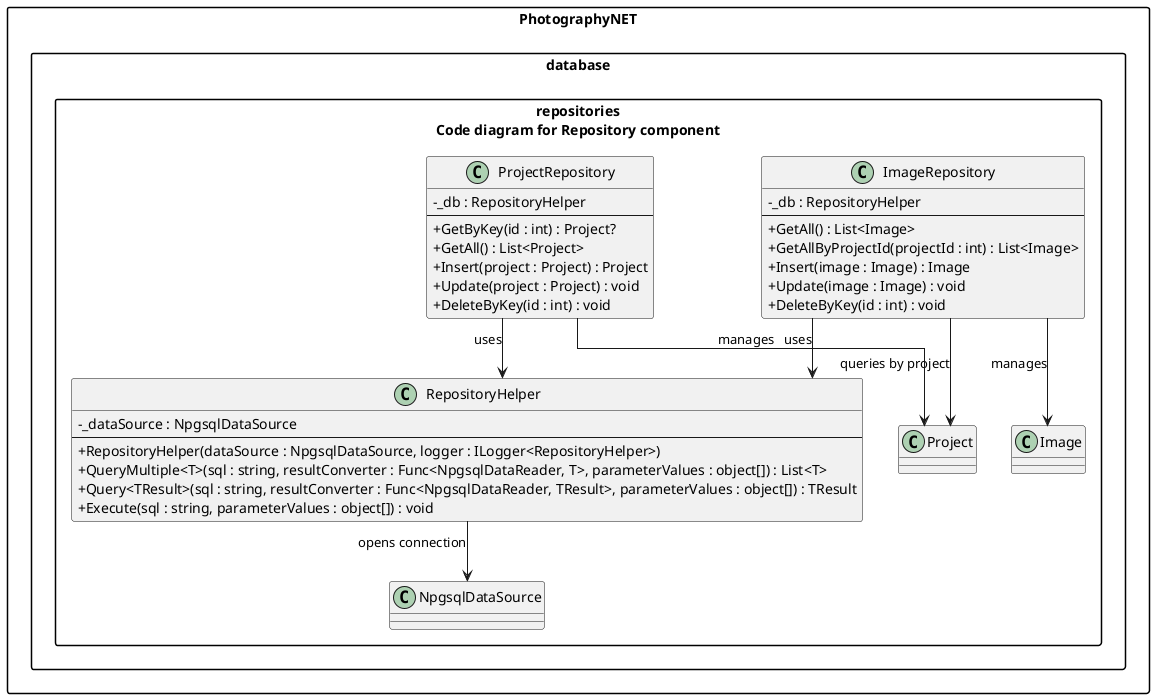
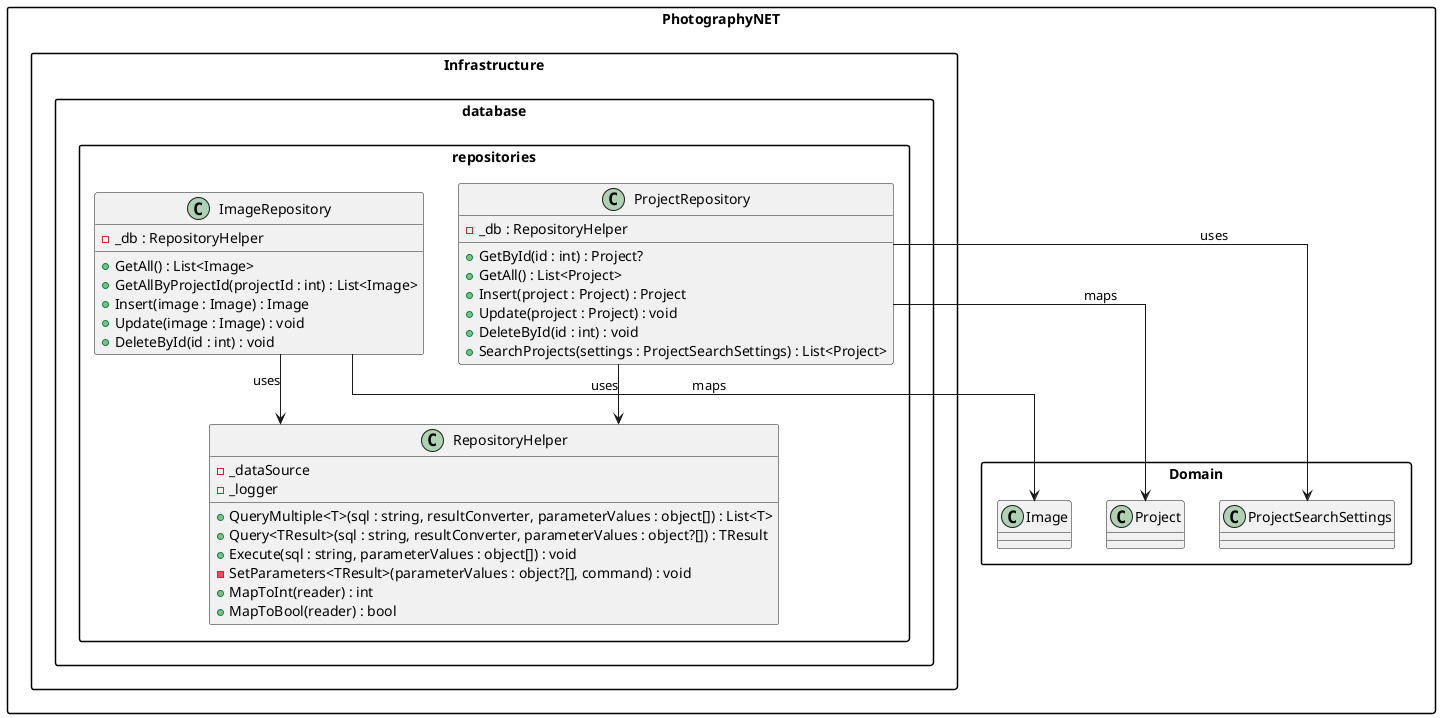
﻿@startuml

- skinparam classAttributeIconSize 0
- skinparam shadowing false
skinparam linetype ortho
skinparam packageStyle rectangle

- package "PhotographyNET.database.repositories\nCode diagram for Repository component" {
+ package "PhotographyNET" {
+   package "Infrastructure" {
+     package "database" {
+       package "repositories" {

-     class RepositoryHelper {
-         - _dataSource : NpgsqlDataSource
-         --
-         + RepositoryHelper(dataSource : NpgsqlDataSource, logger : ILogger<RepositoryHelper>)
-         + QueryMultiple<T>(sql : string, resultConverter : Func<NpgsqlDataReader, T>, parameterValues : object[]) : List<T>
-         + Query<TResult>(sql : string, resultConverter : Func<NpgsqlDataReader, TResult>, parameterValues : object[]) : TResult
-         + Execute(sql : string, parameterValues : object[]) : void
+         class ProjectRepository {
+           - _db : RepositoryHelper
+           + GetById(id : int) : Project?
+           + GetAll() : List<Project>
+           + Insert(project : Project) : Project
+           + Update(project : Project) : void
+           + DeleteById(id : int) : void
+           + SearchProjects(settings : ProjectSearchSettings) : List<Project>
+         }
+ 
+         class ImageRepository {
+           - _db : RepositoryHelper
+           + GetAll() : List<Image>
+           + GetAllByProjectId(projectId : int) : List<Image>
+           + Insert(image : Image) : Image
+           + Update(image : Image) : void
+           + DeleteById(id : int) : void
+         }
+ 
+         class RepositoryHelper {
+           - _dataSource
+           - _logger
+           + QueryMultiple<T>(sql : string, resultConverter, parameterValues : object[]) : List<T>
+           + Query<TResult>(sql : string, resultConverter, parameterValues : object?[]) : TResult
+           + Execute(sql : string, parameterValues : object[]) : void
+           - SetParameters<TResult>(parameterValues : object?[], command) : void
+           + MapToInt(reader) : int
+           + MapToBool(reader) : bool
+         }
+       }
    }
+   }

-     class ImageRepository {
-         - _db : RepositoryHelper
-         --
-         + GetAll() : List<Image>
-         + GetAllByProjectId(projectId : int) : List<Image>
-         + Insert(image : Image) : Image
-         + Update(image : Image) : void
-         + DeleteByKey(id : int) : void
-     }
- 
-     class ProjectRepository {
-         - _db : RepositoryHelper
-         --
-         + GetByKey(id : int) : Project?
-         + GetAll() : List<Project>
-         + Insert(project : Project) : Project
-         + Update(project : Project) : void
-         + DeleteByKey(id : int) : void
-     }
- 
+   package "Domain" {
+     class Project
    class Image
-     class Project
- 
-     class NpgsqlDataSource
+     class ProjectSearchSettings
+   }
}

+ ProjectRepository --> RepositoryHelper : uses
ImageRepository --> RepositoryHelper : uses
- ProjectRepository --> RepositoryHelper : uses

- ImageRepository --> Image : manages
- ImageRepository --> Project : queries by project
- ProjectRepository --> Project : manages
- 
- RepositoryHelper --> NpgsqlDataSource : opens connection
- 
+ ProjectRepository --> Project : maps
+ ImageRepository --> Image : maps
+ ProjectRepository --> ProjectSearchSettings : uses
@enduml